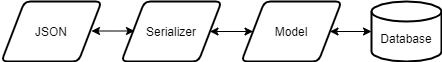
buckldav/python-for-class keeps this draw.io diagram as pokemon-go/docs/data_flow.png. Above is the earlier version. Source tidied: cells renumbered, new cells last; positions are measured from the earlier drawing's top-left corner, leaving out a move shared by most shapes.
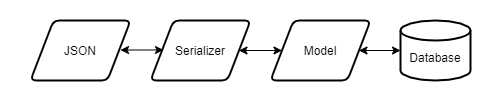
The same diagram one commit later.

Diff of the diagram source:
```diff
@@ -2,6 +2,9 @@
   <root>
     <mxCell id="0" />
     <mxCell id="1" parent="0" />
+    <mxCell id="9" style="shape=ext;double=1;rounded=0;whiteSpace=wrap;html=1;strokeColor=none;" parent="1" vertex="1">
+      <mxGeometry x="-30" y="-20" width="500" height="100" as="geometry" />
+    </mxCell>
     <mxCell id="2" value="&lt;br&gt;Database" style="strokeWidth=2;html=1;shape=mxgraph.flowchart.database;whiteSpace=wrap;" parent="1" vertex="1">
       <mxGeometry x="370" width="70" height="60" as="geometry" />
     </mxCell>
```
